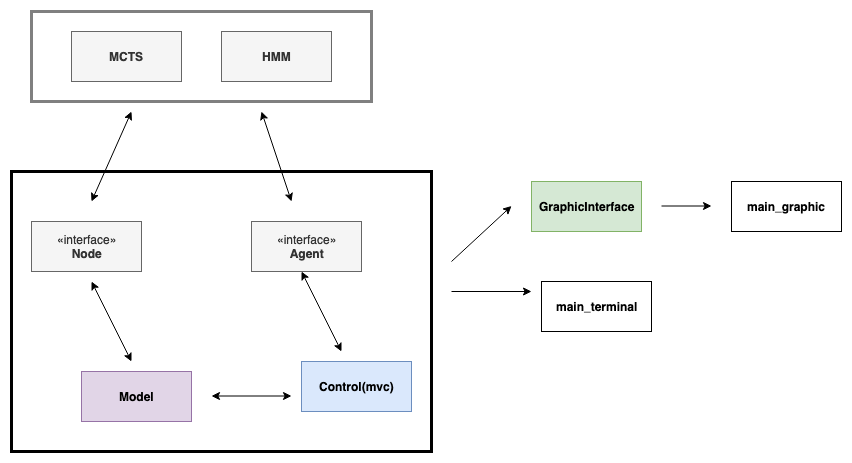
Earlier version of the draw.io export Documentation/graph.png (ipmach/TicTacToe_IA). Source tidied: cells renumbered, new cells last; positions are measured from the earlier drawing's top-left corner, leaving out a move shared by most shapes.
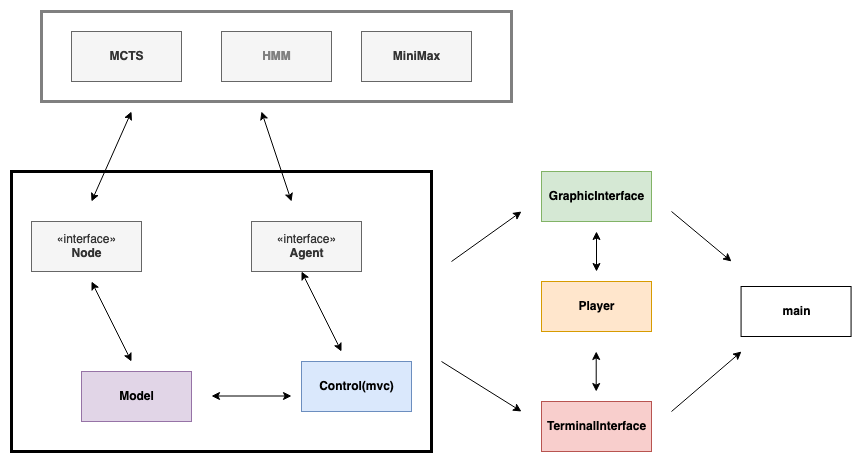
Above is the later version.

Commit message:
Solving bugs, start Minimax, disable HMM

Diff of the diagram source:
```diff
@@ -15,13 +15,13 @@
       <mxGeometry x="290" y="350" width="110" height="50" as="geometry" />
     </mxCell>
     <mxCell id="6" value="&lt;b&gt;GraphicInterface&lt;/b&gt;" style="html=1;fillColor=#d5e8d4;strokeColor=#82b366;" parent="1" vertex="1">
-      <mxGeometry x="520" y="170" width="110" height="50" as="geometry" />
+      <mxGeometry x="530" y="160" width="110" height="50" as="geometry" />
     </mxCell>
-    <mxCell id="7" value="&lt;div&gt;&lt;b&gt;main_terminal&lt;/b&gt;&lt;/div&gt;" style="html=1;" parent="1" vertex="1">
-      <mxGeometry x="530" y="270" width="110" height="50" as="geometry" />
+    <mxCell id="7" value="&lt;b&gt;TerminalInterface&lt;/b&gt;" style="html=1;fillColor=#f8cecc;strokeColor=#b85450;" parent="1" vertex="1">
+      <mxGeometry x="530" y="390" width="110" height="50" as="geometry" />
     </mxCell>
-    <mxCell id="8" value="&lt;div&gt;&lt;b&gt;main_graphic&lt;/b&gt;&lt;/div&gt;" style="html=1;" parent="1" vertex="1">
-      <mxGeometry x="720" y="170" width="110" height="50" as="geometry" />
+    <mxCell id="8" value="&lt;div&gt;&lt;b&gt;main&lt;/b&gt;&lt;/div&gt;" style="html=1;" parent="1" vertex="1">
+      <mxGeometry x="729.6" y="275" width="110" height="50" as="geometry" />
     </mxCell>
     <mxCell id="9" style="endArrow=classic;startArrow=classic;html=1;" parent="1" edge="1">
       <mxGeometry relative="1" as="geometry">
@@ -53,22 +53,22 @@
     <mxCell id="14" style="endArrow=classic;html=1;" parent="1" edge="1">
       <mxGeometry relative="1" as="geometry">
         <mxPoint x="440" y="250" as="sourcePoint" />
-        <mxPoint x="500" y="194.5" as="targetPoint" />
+        <mxPoint x="510" y="200" as="targetPoint" />
       </mxGeometry>
     </mxCell>
     <mxCell id="15" style="endArrow=classic;html=1;" parent="1" edge="1">
       <mxGeometry relative="1" as="geometry">
-        <mxPoint x="440" y="280" as="sourcePoint" />
-        <mxPoint x="520" y="280" as="targetPoint" />
+        <mxPoint x="430" y="350" as="sourcePoint" />
+        <mxPoint x="510" y="400" as="targetPoint" />
       </mxGeometry>
     </mxCell>
     <mxCell id="16" style="endArrow=classic;html=1;" parent="1" edge="1">
       <mxGeometry relative="1" as="geometry">
-        <mxPoint x="650" y="194.5" as="sourcePoint" />
-        <mxPoint x="700" y="194.5" as="targetPoint" />
+        <mxPoint x="660" y="200" as="sourcePoint" />
+        <mxPoint x="720" y="250" as="targetPoint" />
       </mxGeometry>
     </mxCell>
-    <mxCell id="17" value="&lt;b&gt;HMM&lt;/b&gt;" style="html=1;fillColor=#f5f5f5;strokeColor=#666666;fontColor=#333333;" parent="1" vertex="1">
+    <mxCell id="17" value="&lt;font color=&quot;#808080&quot;&gt;&lt;b&gt;HMM&lt;/b&gt;&lt;/font&gt;" style="html=1;fillColor=#f5f5f5;strokeColor=#666666;fontColor=#333333;" parent="1" vertex="1">
       <mxGeometry x="210" y="20" width="110" height="50" as="geometry" />
     </mxCell>
     <mxCell id="18" value="«interface»&lt;br&gt;&lt;b&gt;Agent&lt;/b&gt;" style="html=1;fillColor=#f5f5f5;strokeColor=#666666;fontColor=#333333;" parent="1" vertex="1">
@@ -80,8 +80,32 @@
         <mxPoint x="290" y="260" as="targetPoint" />
       </mxGeometry>
     </mxCell>
-    <mxCell id="20" style="rounded=0;whiteSpace=wrap;html=1;fillColor=none;strokeWidth=3;strokeColor=#808080;" parent="1" vertex="1">
-      <mxGeometry x="20" width="340" height="90" as="geometry" />
-    </mxCell>
+    <mxCell id="21" style="endArrow=classic;html=1;" parent="1" edge="1">
+      <mxGeometry relative="1" as="geometry">
+        <mxPoint x="660" y="400" as="sourcePoint" />
+        <mxPoint x="730" y="340" as="targetPoint" />
+      </mxGeometry>
+    </mxCell>
+    <mxCell id="22" value="&lt;b&gt;Player&lt;/b&gt;" style="html=1;fillColor=#ffe6cc;strokeColor=#d79b00;" parent="1" vertex="1">
+      <mxGeometry x="530" y="270" width="110" height="50" as="geometry" />
+    </mxCell>
+    <mxCell id="23" style="endArrow=classic;startArrow=classic;html=1;" parent="1" edge="1">
+      <mxGeometry relative="1" as="geometry">
+        <mxPoint x="585" y="260" as="sourcePoint" />
+        <mxPoint x="585" y="220" as="targetPoint" />
+      </mxGeometry>
+    </mxCell>
+    <mxCell id="24" style="endArrow=classic;startArrow=classic;html=1;" parent="1" edge="1">
+      <mxGeometry relative="1" as="geometry">
+        <mxPoint x="584.7" y="380" as="sourcePoint" />
+        <mxPoint x="584.7" y="340" as="targetPoint" />
+      </mxGeometry>
+    </mxCell>
+    <mxCell id="25" value="&lt;b&gt;MiniMax&lt;/b&gt;" style="html=1;fillColor=#f5f5f5;strokeColor=#666666;fontColor=#333333;" parent="1" vertex="1">
+      <mxGeometry x="350" y="20" width="110" height="50" as="geometry" />
+    </mxCell>
+    <mxCell id="26" style="rounded=0;whiteSpace=wrap;html=1;fillColor=none;strokeWidth=3;strokeColor=#808080;" parent="1" vertex="1">
+      <mxGeometry x="30" width="470" height="90" as="geometry" />
+    </mxCell>
   </root>
 </mxGraphModel>
```
